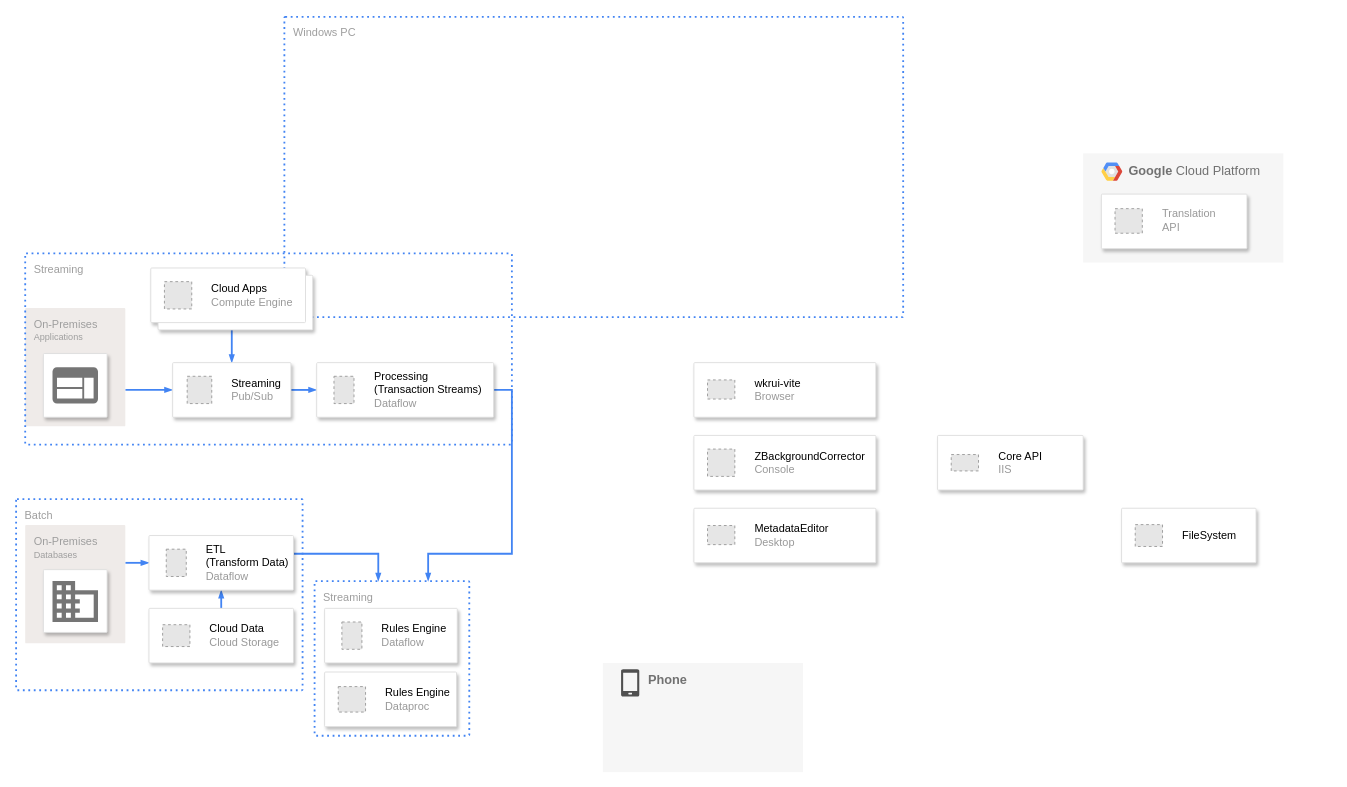
The draw.io diagram SystemContextDiagram.drawio in ratanajaya/MediaManager, before the edit. Source tidied: cells renumbered, new cells numbered last; positions are measured from the earlier drawing's top-left corner, leaving out a move shared by most shapes. Both pictures are drawn from the tidied source at 91%, with x=0, y=0 at pixel (15, 16). Pictures stored in the file or linked from it are replaced by grey dashed boxes.
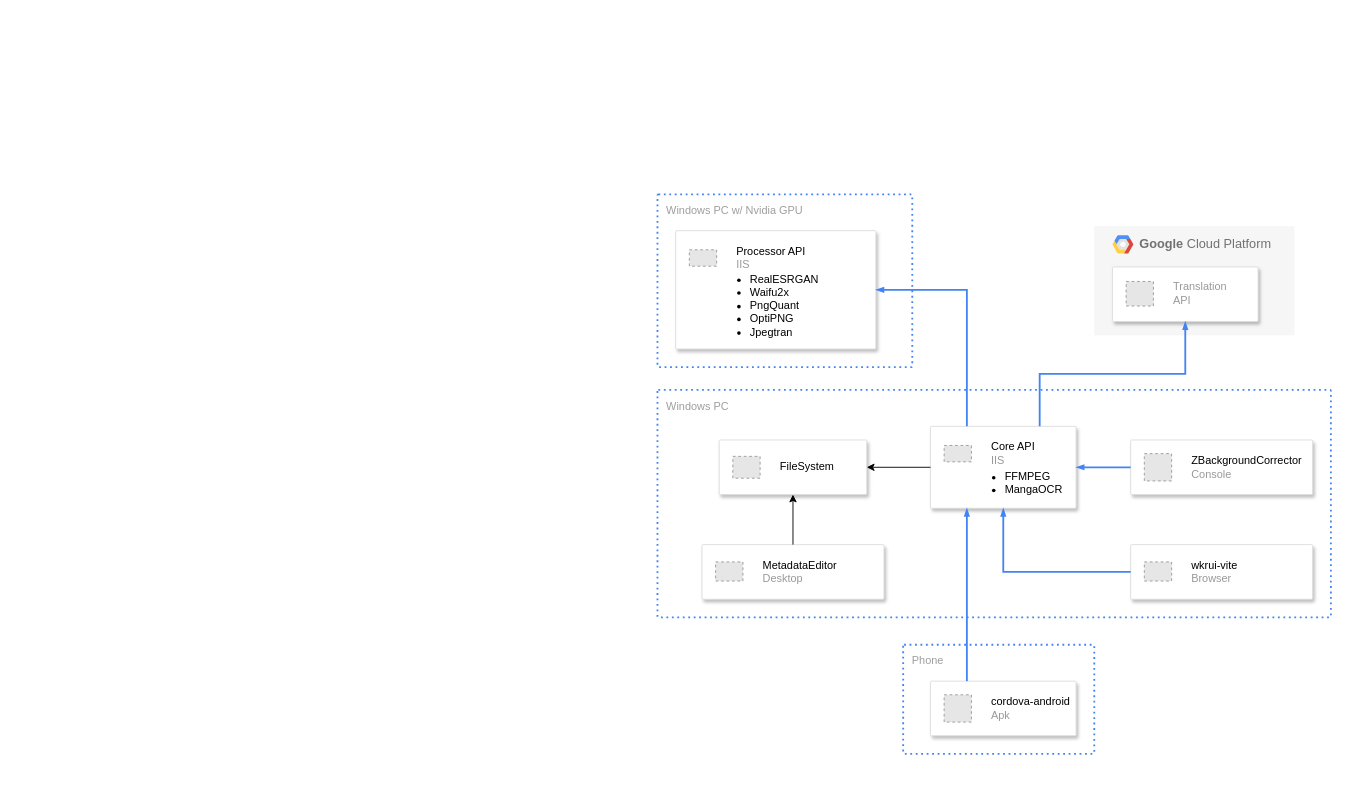
The same diagram, later.

The change refers to these unchanged cells:
```xml
<mxCell id="4" style="strokeColor=#dddddd;shadow=1;strokeWidth=1;rounded=1;absoluteArcSize=1;arcSize=2;" parent="2" vertex="1">
  <mxGeometry x="20" y="44.8" width="160" height="60" as="geometry" />
</mxCell>
```

Change to the diagram source:
```diff
@@
     <mxCell id="2" value="&lt;b&gt;Google &lt;/b&gt;Cloud Platform" style="fillColor=#F6F6F6;strokeColor=none;shadow=0;gradientColor=none;fontSize=14;align=left;spacing=10;fontColor=#717171;9E9E9E;verticalAlign=top;spacingTop=-4;fontStyle=0;spacingLeft=40;html=1;" parent="1" vertex="1">
-      <mxGeometry x="1172.8" y="150" width="220" height="120" as="geometry" />
+      <mxGeometry x="1185" y="230" width="220" height="120" as="geometry" />
     </mxCell>
@@
-    <mxCell id="6" value="Streaming" style="rounded=1;absoluteArcSize=1;arcSize=2;html=1;strokeColor=#4284F3;gradientColor=none;shadow=0;dashed=1;fontSize=12;fontColor=#9E9E9E;align=left;verticalAlign=top;spacing=10;spacingTop=-4;fillColor=none;dashPattern=1 2;strokeWidth=2;" parent="1" vertex="1">
-      <mxGeometry x="328.2" y="620" width="170" height="170" as="geometry" />
-    </mxCell>
     <mxCell id="7" value="Windows PC" style="rounded=1;absoluteArcSize=1;arcSize=2;html=1;strokeColor=#4284F3;gradientColor=none;shadow=0;dashed=1;fontSize=12;fontColor=#9E9E9E;align=left;verticalAlign=top;spacing=10;spacingTop=-4;fillColor=none;dashPattern=1 2;strokeWidth=2;" parent="1" vertex="1">
-      <mxGeometry x="295" width="680" height="330" as="geometry" />
+      <mxGeometry x="705" y="410" width="740" height="250" as="geometry" />
     </mxCell>
-    <mxCell id="8" style="edgeStyle=orthogonalEdgeStyle;rounded=0;html=1;dashed=0;labelBackgroundColor=none;startArrow=none;startFill=0;startSize=4;endArrow=blockThin;endFill=1;endSize=4;strokeColor=#4284F3;strokeWidth=2;fontSize=12;" parent="1" edge="1" source="9" target="22">
-      <mxGeometry relative="1" as="geometry">
-        <Array as="points">
-          <mxPoint x="130.2" y="410" />
-          <mxPoint x="130.2" y="410" />
-        </Array>
-      </mxGeometry>
-    </mxCell>
-    <mxCell id="9" value="On-Premises&lt;br&gt;&lt;font style=&quot;font-size: 10px&quot;&gt;Applications&lt;/font&gt;&lt;br&gt;" style="rounded=1;absoluteArcSize=1;arcSize=2;html=1;strokeColor=none;gradientColor=none;shadow=0;dashed=0;fontSize=12;fontColor=#9E9E9E;align=left;verticalAlign=top;spacing=10;spacingTop=-4;fillColor=#EFEBE9;" parent="1" vertex="1">
-      <mxGeometry x="10.2" y="320" width="110" height="130" as="geometry" />
-    </mxCell>
-    <mxCell id="10" style="strokeColor=#dddddd;fillColor=#ffffff;shadow=1;strokeWidth=1;rounded=1;absoluteArcSize=1;arcSize=2;labelPosition=center;verticalLabelPosition=middle;align=center;verticalAlign=bottom;spacingLeft=0;fontColor=#999999;fontSize=12;whiteSpace=wrap;spacingBottom=2;html=1;" parent="1" vertex="1">
-      <mxGeometry x="30.2" y="370" width="70" height="70" as="geometry" />
-    </mxCell>
-    <mxCell id="11" style="dashed=0;html=1;fillColor=#757575;strokeColor=none;shape=mxgraph.gcp2.application;" parent="10" vertex="1">
-      <mxGeometry x="0.5" width="50" height="40" relative="1" as="geometry">
-        <mxPoint x="-25" y="15" as="offset" />
-      </mxGeometry>
-    </mxCell>
-    <mxCell id="12" value="Batch" style="rounded=1;absoluteArcSize=1;arcSize=2;html=1;strokeColor=#4284F3;gradientColor=none;shadow=0;dashed=1;fontSize=12;fontColor=#9E9E9E;align=left;verticalAlign=top;spacing=10;spacingTop=-4;fillColor=none;dashPattern=1 2;strokeWidth=2;" parent="1" vertex="1">
-      <mxGeometry x="0.2" y="530" width="314.8" height="210" as="geometry" />
-    </mxCell>
-    <mxCell id="13" style="edgeStyle=orthogonalEdgeStyle;rounded=0;html=1;dashed=0;labelBackgroundColor=none;startArrow=none;startFill=0;startSize=4;endArrow=blockThin;endFill=1;endSize=4;strokeColor=#4284F3;strokeWidth=2;fontSize=12;" parent="1" edge="1" source="14" target="30">
-      <mxGeometry relative="1" as="geometry">
-        <Array as="points">
-          <mxPoint x="130.2" y="600" />
-          <mxPoint x="130.2" y="600" />
-        </Array>
-      </mxGeometry>
-    </mxCell>
-    <mxCell id="14" value="On-Premises&lt;br&gt;&lt;font style=&quot;font-size: 10px&quot;&gt;Databases&lt;/font&gt;&lt;br&gt;" style="rounded=1;absoluteArcSize=1;arcSize=2;html=1;strokeColor=none;gradientColor=none;shadow=0;dashed=0;fontSize=12;fontColor=#9E9E9E;align=left;verticalAlign=top;spacing=10;spacingTop=-4;fillColor=#EFEBE9;" parent="1" vertex="1">
-      <mxGeometry x="10.2" y="558.5" width="110" height="130" as="geometry" />
-    </mxCell>
-    <mxCell id="15" style="strokeColor=#dddddd;fillColor=#ffffff;shadow=1;strokeWidth=1;rounded=1;absoluteArcSize=1;arcSize=2;labelPosition=center;verticalLabelPosition=middle;align=center;verticalAlign=bottom;spacingLeft=0;fontColor=#999999;fontSize=12;whiteSpace=wrap;spacingBottom=2;html=1;" parent="1" vertex="1">
-      <mxGeometry x="30.2" y="607.5" width="70" height="69" as="geometry" />
-    </mxCell>
-    <mxCell id="16" style="dashed=0;html=1;fillColor=#757575;strokeColor=none;shape=mxgraph.gcp2.database;" parent="15" vertex="1">
-      <mxGeometry x="0.5" width="50" height="45" relative="1" as="geometry">
-        <mxPoint x="-25" y="12.5" as="offset" />
-      </mxGeometry>
-    </mxCell>
-    <mxCell id="17" style="edgeStyle=orthogonalEdgeStyle;rounded=0;html=1;dashed=0;labelBackgroundColor=none;startArrow=none;startFill=0;startSize=4;endArrow=blockThin;endFill=1;endSize=4;strokeColor=#4284F3;strokeWidth=2;fontSize=12;" parent="1" edge="1" source="24" target="22">
-      <mxGeometry relative="1" as="geometry" />
-    </mxCell>
-    <mxCell id="18" style="edgeStyle=orthogonalEdgeStyle;rounded=0;html=1;dashed=0;labelBackgroundColor=none;startArrow=none;startFill=0;startSize=4;endArrow=blockThin;endFill=1;endSize=4;strokeColor=#4284F3;strokeWidth=2;fontSize=12;" parent="1" edge="1" source="22" target="26">
-      <mxGeometry relative="1" as="geometry" />
-    </mxCell>
-    <mxCell id="19" style="edgeStyle=orthogonalEdgeStyle;rounded=0;html=1;dashed=0;labelBackgroundColor=none;startArrow=none;startFill=0;startSize=4;endArrow=blockThin;endFill=1;endSize=4;strokeColor=#4284F3;strokeWidth=2;fontSize=12;" parent="1" edge="1" source="26" target="6">
-      <mxGeometry relative="1" as="geometry">
-        <Array as="points">
-          <mxPoint x="545" y="410" />
-          <mxPoint x="545" y="590" />
-          <mxPoint x="453" y="590" />
-        </Array>
-      </mxGeometry>
-    </mxCell>
-    <mxCell id="20" style="edgeStyle=orthogonalEdgeStyle;rounded=0;html=1;dashed=0;labelBackgroundColor=none;startArrow=none;startFill=0;startSize=4;endArrow=blockThin;endFill=1;endSize=4;strokeColor=#4284F3;strokeWidth=2;fontSize=12;" parent="1" edge="1" source="30" target="6">
-      <mxGeometry relative="1" as="geometry">
-        <Array as="points">
-          <mxPoint x="208.2" y="590" />
-          <mxPoint x="398.2" y="590" />
-        </Array>
-      </mxGeometry>
-    </mxCell>
-    <mxCell id="21" style="edgeStyle=orthogonalEdgeStyle;rounded=0;html=1;dashed=0;labelBackgroundColor=none;startArrow=none;startFill=0;startSize=4;endArrow=blockThin;endFill=1;endSize=4;strokeColor=#4284F3;strokeWidth=2;fontSize=12;" parent="1" edge="1" source="28" target="30">
-      <mxGeometry relative="1" as="geometry" />
-    </mxCell>
-    <mxCell id="22" style="strokeColor=#dddddd;shadow=1;strokeWidth=1;rounded=1;absoluteArcSize=1;arcSize=2;" parent="1" vertex="1">
-      <mxGeometry x="172.2" y="380" width="130" height="60" as="geometry" />
-    </mxCell>
-    <mxCell id="23" value="&lt;font color=&quot;#000000&quot;&gt;Streaming&lt;/font&gt;&lt;br&gt;Pub/Sub" style="fillColor=#E6E6E6;strokeColor=#999999;dashed=1;html=1;fontColor=#999999;verticalLabelPosition=middle;verticalAlign=middle;labelPosition=right;align=left;spacingLeft=20;" parent="22" vertex="1">
-      <mxGeometry width="27" height="30" relative="1" as="geometry">
-        <mxPoint x="16" y="15" as="offset" />
-      </mxGeometry>
-    </mxCell>
-    <mxCell id="24" style="shape=mxgraph.gcp2.doubleRect;strokeColor=#dddddd;shadow=1;strokeWidth=1;rounded=1;absoluteArcSize=1;arcSize=2;" parent="1" vertex="1">
-      <mxGeometry x="148.2" y="276" width="178" height="68" as="geometry" />
-    </mxCell>
-    <mxCell id="25" value="&lt;font color=&quot;#000000&quot;&gt;Cloud Apps&lt;/font&gt;&lt;br&gt;Compute Engine" style="fillColor=#E6E6E6;strokeColor=#999999;dashed=1;html=1;fontColor=#999999;verticalLabelPosition=middle;verticalAlign=middle;labelPosition=right;align=left;spacingLeft=20;" parent="24" vertex="1">
-      <mxGeometry width="30" height="30" relative="1" as="geometry">
-        <mxPoint x="15" y="15" as="offset" />
-      </mxGeometry>
-    </mxCell>
-    <mxCell id="26" style="strokeColor=#dddddd;shadow=1;strokeWidth=1;rounded=1;absoluteArcSize=1;arcSize=2;" parent="1" vertex="1">
-      <mxGeometry x="330.5" y="380" width="194.5" height="60" as="geometry" />
-    </mxCell>
-    <mxCell id="27" value="&lt;font color=&quot;#000000&quot;&gt;Processing&lt;br&gt;(Transaction Streams)&lt;/font&gt;&lt;br&gt;Dataflow" style="fillColor=#E6E6E6;strokeColor=#999999;dashed=1;html=1;fontColor=#999999;verticalLabelPosition=middle;verticalAlign=middle;labelPosition=right;align=left;spacingLeft=20;" parent="26" vertex="1">
-      <mxGeometry width="22" height="30" relative="1" as="geometry">
-        <mxPoint x="19" y="15" as="offset" />
-      </mxGeometry>
-    </mxCell>
-    <mxCell id="28" style="strokeColor=#dddddd;shadow=1;strokeWidth=1;rounded=1;absoluteArcSize=1;arcSize=2;" parent="1" vertex="1">
-      <mxGeometry x="146.2" y="650" width="158.8" height="60" as="geometry" />
-    </mxCell>
-    <mxCell id="29" value="&lt;font color=&quot;#000000&quot;&gt;Cloud Data&lt;/font&gt;&lt;br&gt;Cloud Storage" style="fillColor=#E6E6E6;strokeColor=#999999;dashed=1;html=1;fontColor=#999999;verticalLabelPosition=middle;verticalAlign=middle;labelPosition=right;align=left;spacingLeft=20;" parent="28" vertex="1">
-      <mxGeometry width="30" height="24" relative="1" as="geometry">
-        <mxPoint x="15" y="18" as="offset" />
-      </mxGeometry>
-    </mxCell>
-    <mxCell id="30" style="strokeColor=#dddddd;shadow=1;strokeWidth=1;rounded=1;absoluteArcSize=1;arcSize=2;" parent="1" vertex="1">
-      <mxGeometry x="146.2" y="570" width="158.8" height="60" as="geometry" />
-    </mxCell>
-    <mxCell id="31" value="&lt;font color=&quot;#000000&quot;&gt;ETL&lt;br&gt;(Transform Data)&lt;/font&gt;&lt;br&gt;Dataflow" style="fillColor=#E6E6E6;strokeColor=#999999;dashed=1;html=1;fontColor=#999999;verticalLabelPosition=middle;verticalAlign=middle;labelPosition=right;align=left;spacingLeft=20;" parent="30" vertex="1">
-      <mxGeometry width="22" height="30" relative="1" as="geometry">
-        <mxPoint x="19" y="15" as="offset" />
-      </mxGeometry>
-    </mxCell>
-    <mxCell id="32" style="strokeColor=#dddddd;shadow=1;strokeWidth=1;rounded=1;absoluteArcSize=1;arcSize=2;" parent="1" vertex="1">
-      <mxGeometry x="339.2" y="650" width="145.8" height="60" as="geometry" />
-    </mxCell>
-    <mxCell id="33" value="&lt;font color=&quot;#000000&quot;&gt;Rules Engine&lt;/font&gt;&lt;br&gt;Dataflow" style="fillColor=#E6E6E6;strokeColor=#999999;dashed=1;html=1;fontColor=#999999;verticalLabelPosition=middle;verticalAlign=middle;labelPosition=right;align=left;spacingLeft=20;" parent="32" vertex="1">
-      <mxGeometry width="22" height="30" relative="1" as="geometry">
-        <mxPoint x="19" y="15" as="offset" />
-      </mxGeometry>
-    </mxCell>
-    <mxCell id="34" style="strokeColor=#dddddd;shadow=1;strokeWidth=1;rounded=1;absoluteArcSize=1;arcSize=2;" parent="1" vertex="1">
-      <mxGeometry x="339.2" y="720" width="145" height="60" as="geometry" />
-    </mxCell>
-    <mxCell id="35" value="&lt;font color=&quot;#000000&quot;&gt;Rules Engine&lt;/font&gt;&lt;br&gt;Dataproc" style="fillColor=#E6E6E6;strokeColor=#999999;dashed=1;html=1;fontColor=#999999;verticalLabelPosition=middle;verticalAlign=middle;labelPosition=right;align=left;spacingLeft=20;" parent="34" vertex="1">
-      <mxGeometry width="30" height="28" relative="1" as="geometry">
-        <mxPoint x="15" y="16" as="offset" />
-      </mxGeometry>
-    </mxCell>
-    <mxCell id="36" value="Streaming" style="rounded=1;absoluteArcSize=1;arcSize=2;html=1;strokeColor=#4284F3;gradientColor=none;shadow=0;dashed=1;fontSize=12;fontColor=#9E9E9E;align=left;verticalAlign=top;spacing=10;spacingTop=-4;fillColor=none;dashPattern=1 2;strokeWidth=2;" parent="1" vertex="1">
-      <mxGeometry x="10.2" y="260" width="534.8" height="210" as="geometry" />
-    </mxCell>
-    <mxCell id="37" value="&lt;b&gt;Phone&lt;/b&gt;" style="fillColor=#F6F6F6;strokeColor=none;shadow=0;gradientColor=none;fontSize=14;align=left;spacing=10;fontColor=#717171;9E9E9E;verticalAlign=top;spacingTop=-4;fontStyle=0;spacingLeft=40;html=1;" parent="1" vertex="1">
-      <mxGeometry x="645" y="710" width="220" height="120" as="geometry" />
-    </mxCell>
-    <mxCell id="38" style="sketch=0;shadow=0;dashed=0;html=1;strokeColor=none;fillColor=#505050;labelPosition=center;verticalLabelPosition=bottom;verticalAlign=top;align=center;shape=mxgraph.office.devices.cell_phone_generic;" parent="1" vertex="1">
-      <mxGeometry x="665" y="717" width="20" height="30" as="geometry" />
-    </mxCell>
     <mxCell id="39" style="strokeColor=#dddddd;shadow=1;strokeWidth=1;rounded=1;absoluteArcSize=1;arcSize=2;" parent="1" vertex="1">
-      <mxGeometry x="745" y="460" width="200" height="60" as="geometry" />
+      <mxGeometry x="1225" y="465" width="200" height="60" as="geometry" />
     </mxCell>
@@
     <mxCell id="41" style="strokeColor=#dddddd;shadow=1;strokeWidth=1;rounded=1;absoluteArcSize=1;arcSize=2;" parent="1" vertex="1">
-      <mxGeometry x="745" y="380" width="200" height="60" as="geometry" />
+      <mxGeometry x="1225" y="580" width="200" height="60" as="geometry" />
     </mxCell>
@@
     <mxCell id="43" style="strokeColor=#dddddd;shadow=1;strokeWidth=1;rounded=1;absoluteArcSize=1;arcSize=2;" parent="1" vertex="1">
-      <mxGeometry x="1215" y="540" width="147.8" height="60" as="geometry" />
+      <mxGeometry x="772.8" y="465" width="162.2" height="60" as="geometry" />
     </mxCell>
@@
     <mxCell id="45" style="strokeColor=#dddddd;shadow=1;strokeWidth=1;rounded=1;absoluteArcSize=1;arcSize=2;" parent="1" vertex="1">
-      <mxGeometry x="745" y="540" width="200" height="60" as="geometry" />
+      <mxGeometry x="753.9" y="580" width="200" height="60" as="geometry" />
     </mxCell>
@@
     <mxCell id="47" style="strokeColor=#dddddd;shadow=1;strokeWidth=1;rounded=1;absoluteArcSize=1;arcSize=2;" parent="1" vertex="1">
-      <mxGeometry x="1012.8" y="460" width="160" height="60" as="geometry" />
+      <mxGeometry x="1005" y="450" width="160" height="90" as="geometry" />
     </mxCell>
@@
+    <mxCell id="49" value="&lt;ul&gt;&lt;li&gt;FFMPEG&lt;br&gt;&lt;/li&gt;&lt;li&gt;MangaOCR&lt;/li&gt;&lt;/ul&gt;" style="text;strokeColor=none;fillColor=none;html=1;whiteSpace=wrap;verticalAlign=middle;overflow=hidden;" parent="47" vertex="1">
+      <mxGeometry x="40" y="34.7" width="110" height="45" as="geometry" />
+    </mxCell>
+    <mxCell id="37" value="Phone" style="rounded=1;absoluteArcSize=1;arcSize=2;html=1;strokeColor=#4284F3;gradientColor=none;shadow=0;dashed=1;fontSize=12;fontColor=#9E9E9E;align=left;verticalAlign=top;spacing=10;spacingTop=-4;fillColor=none;dashPattern=1 2;strokeWidth=2;" parent="1" vertex="1">
+      <mxGeometry x="975" y="690" width="210" height="120" as="geometry" />
+    </mxCell>
+    <mxCell id="50" style="strokeColor=#dddddd;shadow=1;strokeWidth=1;rounded=1;absoluteArcSize=1;arcSize=2;" parent="1" vertex="1">
+      <mxGeometry x="1005" y="730" width="160" height="60" as="geometry" />
+    </mxCell>
+    <mxCell id="51" value="&lt;font color=&quot;#000000&quot;&gt;cordova-android&lt;/font&gt;&lt;br&gt;Apk" style="fillColor=#E6E6E6;strokeColor=#999999;dashed=1;html=1;fontColor=#999999;verticalLabelPosition=middle;verticalAlign=middle;labelPosition=right;align=left;spacingLeft=20;" parent="50" vertex="1">
+      <mxGeometry width="30" height="30" relative="1" as="geometry">
+        <mxPoint x="15" y="15" as="offset" />
+      </mxGeometry>
+    </mxCell>
+    <mxCell id="52" style="endArrow=classic;html=1;rounded=0;exitX=0;exitY=0.5;exitDx=0;exitDy=0;entryX=1;entryY=0.5;entryDx=0;entryDy=0;" parent="1" edge="1" source="47" target="43">
+      <mxGeometry relative="1" as="geometry" />
+    </mxCell>
+    <mxCell id="53" style="endArrow=classic;html=1;rounded=0;entryX=0.5;entryY=1;entryDx=0;entryDy=0;exitX=0.5;exitY=0;exitDx=0;exitDy=0;" parent="1" edge="1" source="45" target="43">
+      <mxGeometry relative="1" as="geometry" />
+    </mxCell>
+    <mxCell id="54" style="edgeStyle=orthogonalEdgeStyle;fontSize=12;html=1;endArrow=blockThin;endFill=1;rounded=0;strokeWidth=2;endSize=4;startSize=4;dashed=0;strokeColor=#4284F3;exitX=0;exitY=0.5;exitDx=0;exitDy=0;entryX=0.5;entryY=1;entryDx=0;entryDy=0;" parent="1" edge="1" source="41" target="47">
+      <mxGeometry relative="1" as="geometry" />
+    </mxCell>
+    <mxCell id="55" style="edgeStyle=orthogonalEdgeStyle;fontSize=12;html=1;endArrow=blockThin;endFill=1;rounded=0;strokeWidth=2;endSize=4;startSize=4;dashed=0;strokeColor=#4284F3;exitX=0.25;exitY=0;exitDx=0;exitDy=0;entryX=0.25;entryY=1;entryDx=0;entryDy=0;" parent="1" edge="1" source="50" target="47">
+      <mxGeometry relative="1" as="geometry" />
+    </mxCell>
+    <mxCell id="56" style="edgeStyle=orthogonalEdgeStyle;fontSize=12;html=1;endArrow=blockThin;endFill=1;rounded=0;strokeWidth=2;endSize=4;startSize=4;dashed=0;strokeColor=#4284F3;exitX=0.75;exitY=0;exitDx=0;exitDy=0;entryX=0.5;entryY=1;entryDx=0;entryDy=0;" parent="1" edge="1" source="47" target="4">
+      <mxGeometry relative="1" as="geometry" />
+    </mxCell>
+    <mxCell id="57" value="Windows PC w/ Nvidia GPU" style="rounded=1;absoluteArcSize=1;arcSize=2;html=1;strokeColor=#4284F3;gradientColor=none;shadow=0;dashed=1;fontSize=12;fontColor=#9E9E9E;align=left;verticalAlign=top;spacing=10;spacingTop=-4;fillColor=none;dashPattern=1 2;strokeWidth=2;" parent="1" vertex="1">
+      <mxGeometry x="705" y="195" width="280" height="190" as="geometry" />
+    </mxCell>
+    <mxCell id="58" style="strokeColor=#dddddd;shadow=1;strokeWidth=1;rounded=1;absoluteArcSize=1;arcSize=2;" parent="1" vertex="1">
+      <mxGeometry x="725" y="235" width="220" height="130" as="geometry" />
+    </mxCell>
+    <mxCell id="59" value="&lt;font color=&quot;#000000&quot;&gt;Processor API&lt;/font&gt;&lt;div&gt;IIS&lt;/div&gt;" style="fillColor=#E6E6E6;strokeColor=#999999;dashed=1;html=1;fontColor=#999999;verticalLabelPosition=middle;verticalAlign=middle;labelPosition=right;align=left;spacingLeft=20;" parent="58" vertex="1">
+      <mxGeometry width="30" height="18" relative="1" as="geometry">
+        <mxPoint x="15" y="21" as="offset" />
+      </mxGeometry>
+    </mxCell>
+    <mxCell id="60" value="&lt;ul&gt;&lt;li&gt;RealESRGAN&lt;/li&gt;&lt;li&gt;Waifu2x&lt;/li&gt;&lt;li&gt;PngQuant&lt;/li&gt;&lt;li&gt;OptiPNG&lt;/li&gt;&lt;li&gt;Jpegtran&lt;/li&gt;&lt;/ul&gt;" style="text;strokeColor=none;fillColor=none;html=1;whiteSpace=wrap;verticalAlign=middle;overflow=hidden;" parent="58" vertex="1">
+      <mxGeometry x="40" y="32.9" width="150" height="92.9" as="geometry" />
+    </mxCell>
+    <mxCell id="61" style="edgeStyle=orthogonalEdgeStyle;fontSize=12;html=1;endArrow=blockThin;endFill=1;rounded=0;strokeWidth=2;endSize=4;startSize=4;dashed=0;strokeColor=#4284F3;exitX=0;exitY=0.5;exitDx=0;exitDy=0;entryX=1;entryY=0.5;entryDx=0;entryDy=0;" parent="1" edge="1" source="39" target="47">
+      <mxGeometry relative="1" as="geometry" />
+    </mxCell>
+    <mxCell id="62" style="edgeStyle=orthogonalEdgeStyle;fontSize=12;html=1;endArrow=blockThin;endFill=1;rounded=0;strokeWidth=2;endSize=4;startSize=4;dashed=0;strokeColor=#4284F3;exitX=0.25;exitY=0;exitDx=0;exitDy=0;entryX=1;entryY=0.5;entryDx=0;entryDy=0;" parent="1" edge="1" source="47" target="58">
+      <mxGeometry relative="1" as="geometry" />
+    </mxCell>
```
